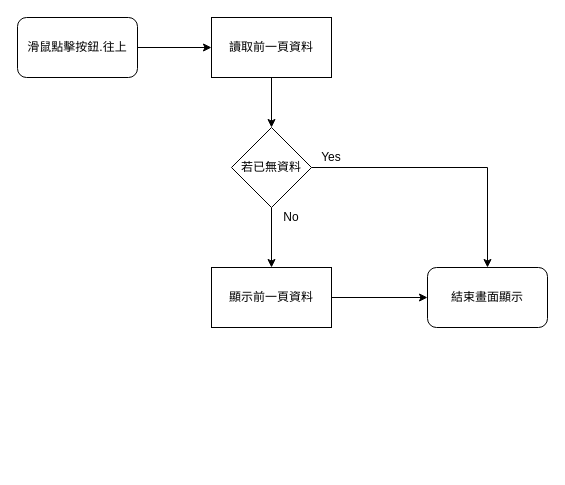
Above: page "點擊按鈕.往上" (10 of 11) of 8.10.1/RTE/SYSTEM/FORM/ctrl_container/diagram/元件容器.drawio in ArcareRD/sadocs (draw.io), before the change. Source tidied: cells renumbered, new cells numbered last; positions are measured from the earlier drawing's top-left corner, leaving out a move shared by most shapes. Both pictures are drawn from the tidied source at 100%, with x=0, y=0 at pixel (17, 17).
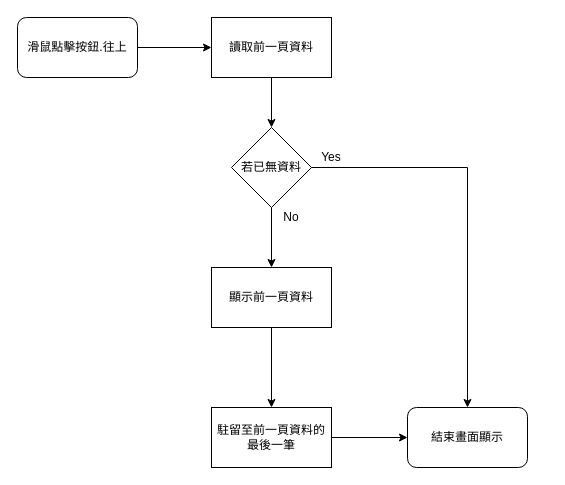
The same page after the edit.

The edit, as a diff of the source:
```diff
@@
 <mxGraphModel>
   <root>
     <mxCell id="0" />
     <mxCell id="1" parent="0" />
     <mxCell id="2" style="edgeStyle=orthogonalEdgeStyle;rounded=0;jettySize=auto;html=1;" parent="1" edge="1" source="3" target="6">
       <mxGeometry relative="1" as="geometry" />
     </mxCell>
     <mxCell id="3" value="滑鼠點擊按鈕.往上" style="rounded=1;whiteSpace=wrap;html=1;" parent="1" vertex="1">
       <mxGeometry width="120" height="60" as="geometry" />
     </mxCell>
     <mxCell id="4" value="結束畫面顯示" style="rounded=1;whiteSpace=wrap;html=1;" parent="1" vertex="1">
-      <mxGeometry x="410" y="250" width="120" height="60" as="geometry" />
+      <mxGeometry x="390" y="390" width="120" height="60" as="geometry" />
     </mxCell>
     <mxCell id="5" style="edgeStyle=orthogonalEdgeStyle;rounded=0;jettySize=auto;html=1;" parent="1" edge="1" source="6" target="9">
       <mxGeometry relative="1" as="geometry" />
     </mxCell>
     <mxCell id="6" value="讀取前一頁資料" style="rounded=0;whiteSpace=wrap;html=1;" parent="1" vertex="1">
       <mxGeometry x="194" width="120" height="60" as="geometry" />
     </mxCell>
     <mxCell id="7" style="edgeStyle=orthogonalEdgeStyle;rounded=0;jettySize=auto;html=1;entryX=0.5;entryY=0;entryDx=0;entryDy=0;" parent="1" edge="1" source="9" target="4">
       <mxGeometry relative="1" as="geometry" />
     </mxCell>
     <mxCell id="8" style="edgeStyle=orthogonalEdgeStyle;rounded=0;jettySize=auto;html=1;" parent="1" edge="1" source="9" target="11">
       <mxGeometry relative="1" as="geometry" />
     </mxCell>
     <mxCell id="9" value="若已無資料" style="rhombus;whiteSpace=wrap;html=1;" parent="1" vertex="1">
       <mxGeometry x="214" y="110" width="80" height="80" as="geometry" />
     </mxCell>
-    <mxCell id="10" style="edgeStyle=orthogonalEdgeStyle;rounded=0;jettySize=auto;html=1;" parent="1" edge="1" source="11" target="4">
-      <mxGeometry relative="1" as="geometry" />
-    </mxCell>
+    <mxCell id="14" style="edgeStyle=orthogonalEdgeStyle;rounded=0;jettySize=auto;html=1;" parent="1" edge="1" source="11" target="16">
+      <mxGeometry relative="1" as="geometry" />
+    </mxCell>
     <mxCell id="11" value="顯示前一頁資料" style="whiteSpace=wrap;html=1;" parent="1" vertex="1">
       <mxGeometry x="194" y="250" width="120" height="60" as="geometry" />
     </mxCell>
     <mxCell id="12" value="Yes" style="text;html=1;strokeColor=none;fillColor=none;align=center;verticalAlign=middle;whiteSpace=wrap;rounded=0;" parent="1" vertex="1">
       <mxGeometry x="294" y="130" width="40" height="20" as="geometry" />
     </mxCell>
     <mxCell id="13" value="No" style="text;html=1;strokeColor=none;fillColor=none;align=center;verticalAlign=middle;whiteSpace=wrap;rounded=0;" parent="1" vertex="1">
       <mxGeometry x="254" y="190" width="40" height="20" as="geometry" />
     </mxCell>
+    <mxCell id="15" style="edgeStyle=orthogonalEdgeStyle;rounded=0;jettySize=auto;html=1;entryX=0;entryY=0.5;entryDx=0;entryDy=0;" parent="1" edge="1" source="16" target="4">
+      <mxGeometry relative="1" as="geometry" />
+    </mxCell>
+    <mxCell id="16" value="駐留至前一頁資料的最後一筆" style="whiteSpace=wrap;html=1;" parent="1" vertex="1">
+      <mxGeometry x="194" y="390" width="120" height="60" as="geometry" />
+    </mxCell>
   </root>
 </mxGraphModel>
```
